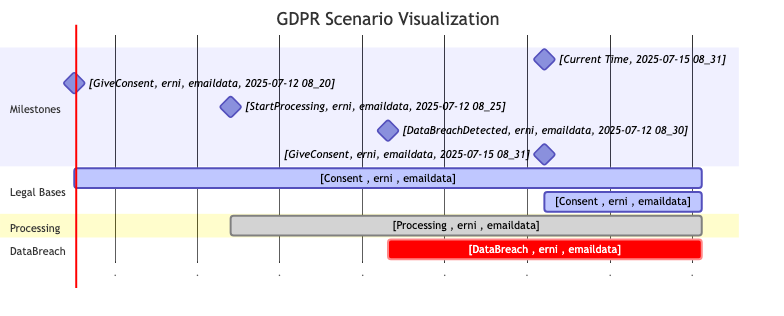
Above: gdpr/report/MC_DeadlineViolation.png in Prof-it/formal-verification (Mermaid), before the change. Its source is kept beside it as gdpr/report/MC_DeadlineViolation.mmd.
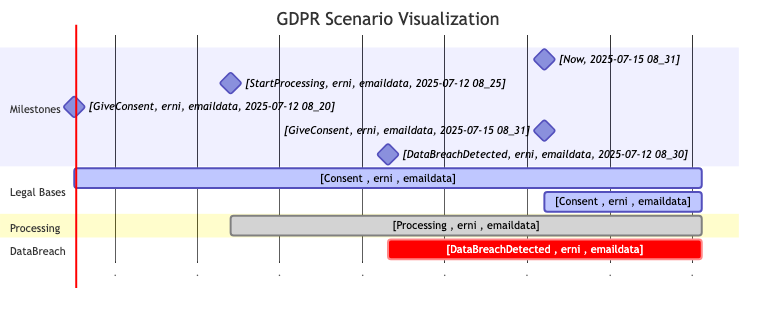
Later version of the same file.

The edit, as a diff of the source:
```diff
@@ -4,18 +4,18 @@
     title GDPR Scenario Visualization
 
     section Milestones
-        [Current Time, 2025-07-15 08_31] :milestone, ct, 2310-10-25 12:55, 0d
-    [GiveConsent, erni, emaildata, 2025-07-12 08_20] :milestone, id1, 2025-07-12 08:20, 0d
-    [StartProcessing, erni, emaildata, 2025-07-12 08_25] :milestone, id2, 2120-08-16 01:51, 0d
-    [DataBreachDetected, erni, emaildata, 2025-07-12 08_30] :milestone, id3, 2215-09-20 19:23, 0d
-    [GiveConsent, erni, emaildata, 2025-07-15 08_31] :milestone, id4, 2310-10-25 12:55, 0d
+        [Now, 2025-07-15 08_31] :milestone, ct, 2310-10-25 12:55, 0d
+    [StartProcessing, erni, emaildata, 2025-07-12 08_25] :milestone, ms1, 2120-08-16 01:51, 0d
+    [GiveConsent, erni, emaildata, 2025-07-12 08_20] :milestone, ms2, 2025-07-12 08:20, 0d
+    [GiveConsent, erni, emaildata, 2025-07-15 08_31] :milestone, ms3, 2310-10-25 12:55, 0d
+    [DataBreachDetected, erni, emaildata, 2025-07-12 08_30] :milestone, ms4, 2215-09-20 19:23, 0d
 
     section Legal Bases
-    [Consent , erni , emaildata] :active, id5, 2025-07-12 08:20, 2405-11-28 06:27
-    [Consent , erni , emaildata] :active, id6, 2310-10-25 12:55, 2405-11-28 06:27
+    [Consent , erni , emaildata] :active, lb1, 2025-07-12 08:20, 2405-11-28 06:27
+    [Consent , erni , emaildata] :active, lb2, 2310-10-25 12:55, 2405-11-28 06:27
 
     section Processing
-    [Processing , erni , emaildata] :done, id7, 2120-08-16 01:51, 2405-11-28 06:27
+    [Processing , erni , emaildata] :done, pr1, 2120-08-16 01:51, 2405-11-28 06:27
 
     section DataBreach
-    [DataBreach , erni , emaildata] :crit, id8, 2215-09-20 19:23, 2405-11-28 06:27
+    [DataBreachDetected , erni , emaildata] :crit, db1, 2215-09-20 19:23, 2405-11-28 06:27
```
